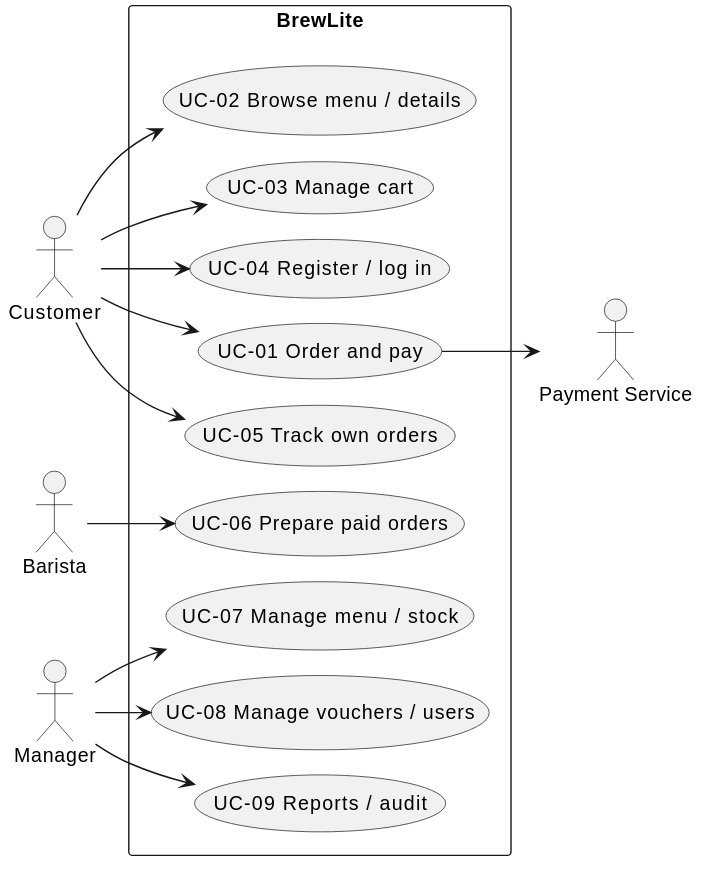
Earlier version of the PlantUML export docs/diagrams/use-cases.svg (https-monstiez/BrewLite-AS2).
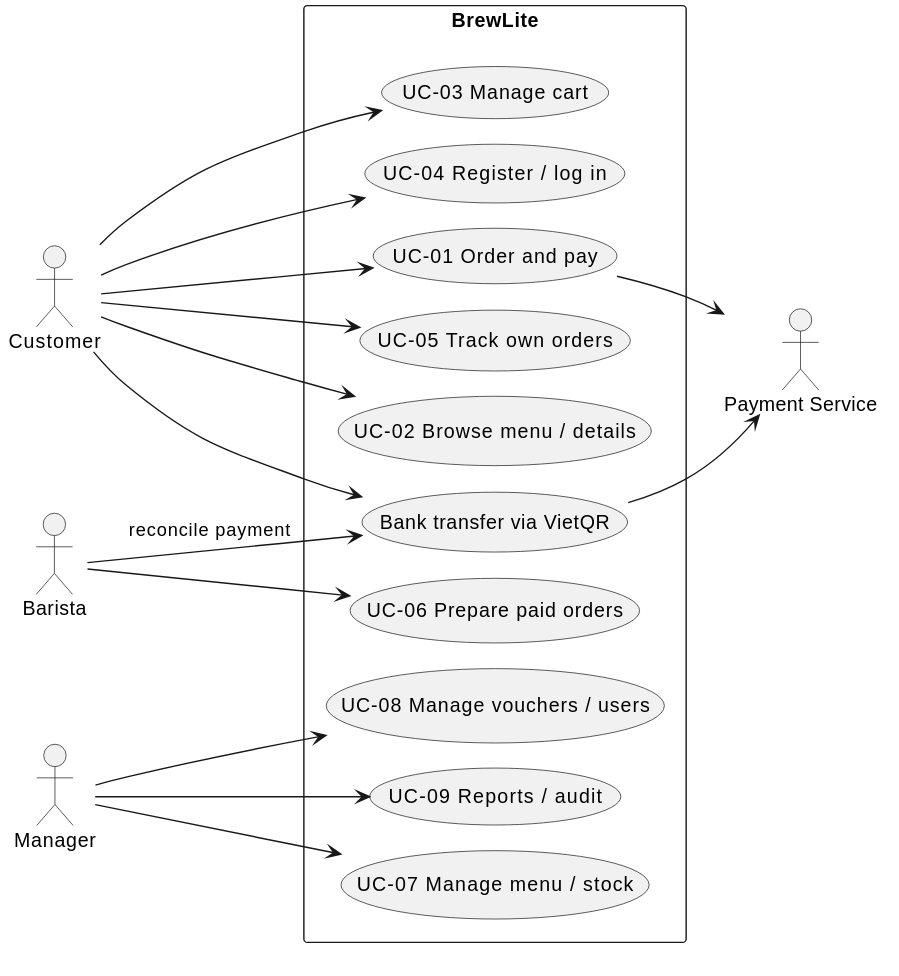
After the commit.

The edit, as a diff of the source:
```diff
@@ -12,6 +12,7 @@
  usecase "UC-03 Manage cart" as cart
  usecase "UC-04 Register / log in" as auth
  usecase "UC-01 Order and pay" as checkout
+ usecase "Bank transfer via VietQR" as bank
  usecase "UC-05 Track own orders" as history
  usecase "UC-06 Prepare paid orders" as queue
  usecase "UC-07 Manage menu / stock" as menu
@@ -23,6 +24,9 @@
 Customer --> auth
 Customer --> checkout
 Customer --> history
+Customer --> bank
+bank --> PSP
+Barista --> bank : reconcile payment
 Barista --> queue
 Manager --> menu
 Manager --> manage
```
